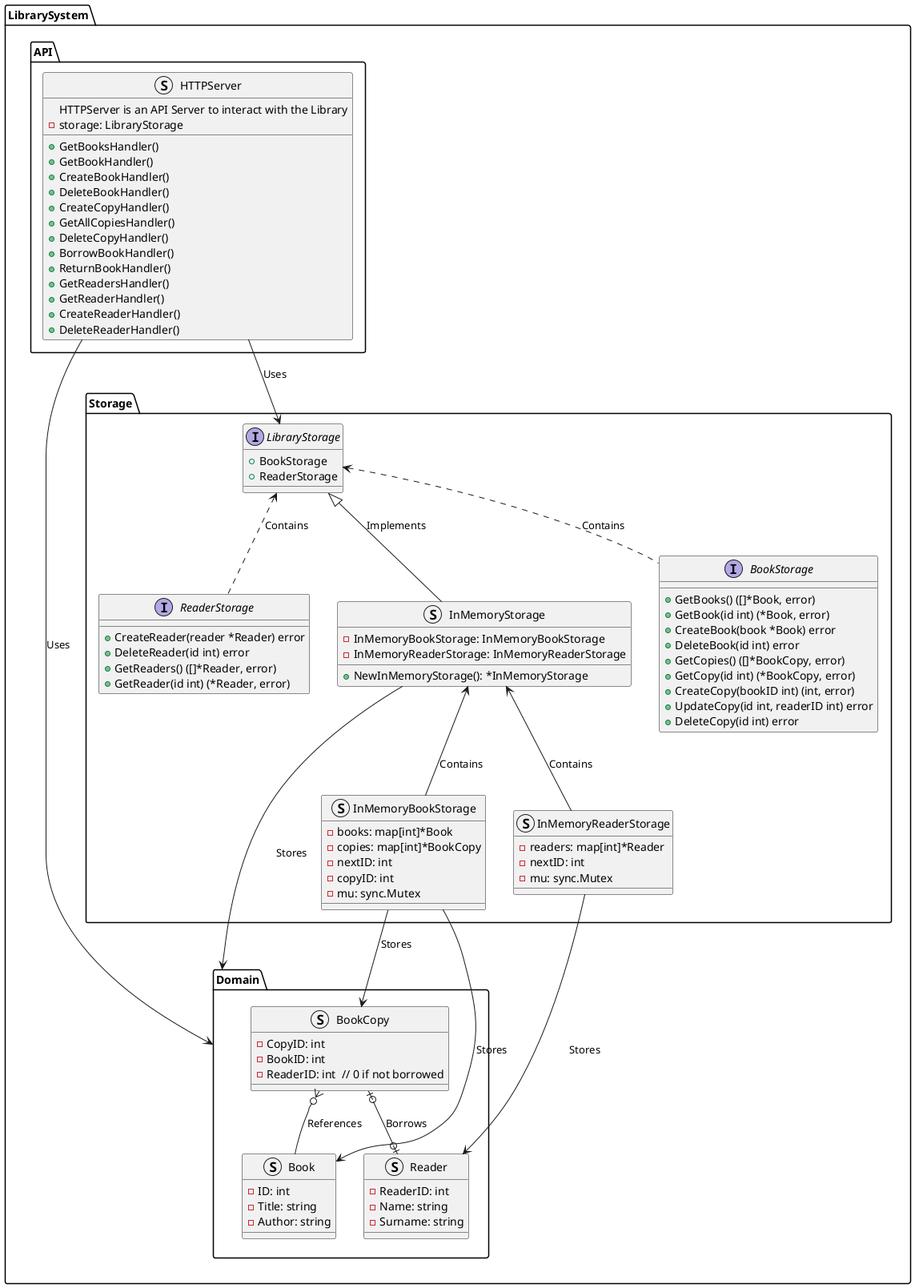
The PlantUML diagram 3_semester_2024/prog/lab/lista2/diagram.png in Rafisto/uni, before a commit.
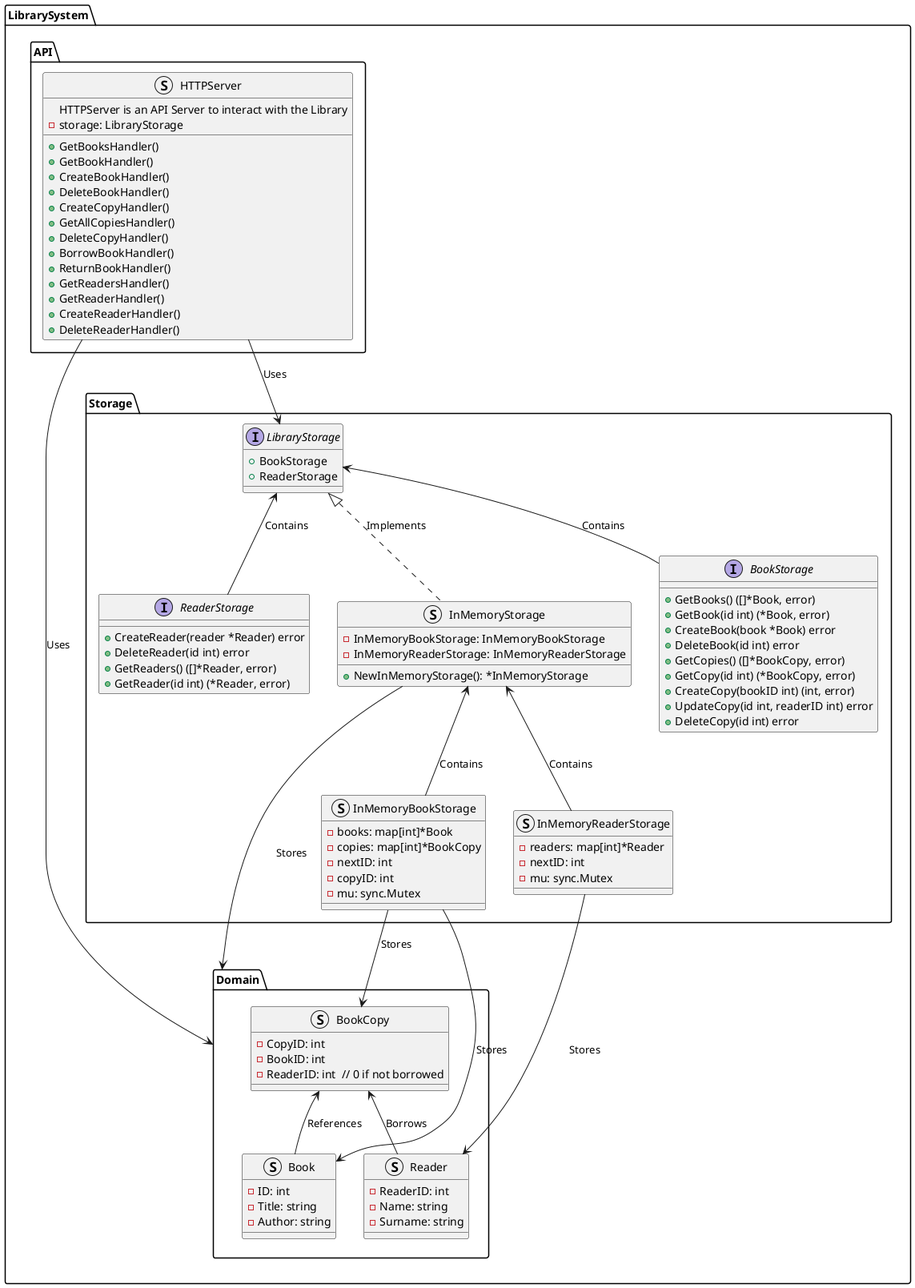
After the change.

Change to the diagram source:
```diff
@@ -90,9 +90,9 @@
     }
 
 
-    LibraryStorage <|-- InMemoryStorage : "Implements"
-    LibraryStorage <.. BookStorage : "Contains"
-    LibraryStorage <.. ReaderStorage : "Contains"
+    LibraryStorage <|.. InMemoryStorage : "Implements"
+    LibraryStorage <-- BookStorage : "Contains"
+    LibraryStorage <-- ReaderStorage : "Contains"
     HTTPServer --> LibraryStorage : "Uses"
     HTTPServer --> Domain : "Uses"
     InMemoryStorage <-- InMemoryBookStorage : "Contains"
@@ -101,8 +101,8 @@
     InMemoryReaderStorage --> Reader : "Stores"
     InMemoryBookStorage --> BookCopy : "Stores"
     InMemoryStorage --> Domain : "Stores"
-    BookCopy }o-- Book : "References"
-    BookCopy |o--o| Reader : "Borrows"
+    BookCopy <-- Book : "References"
+    BookCopy <-- Reader : "Borrows"
 }
 
 @enduml
```
